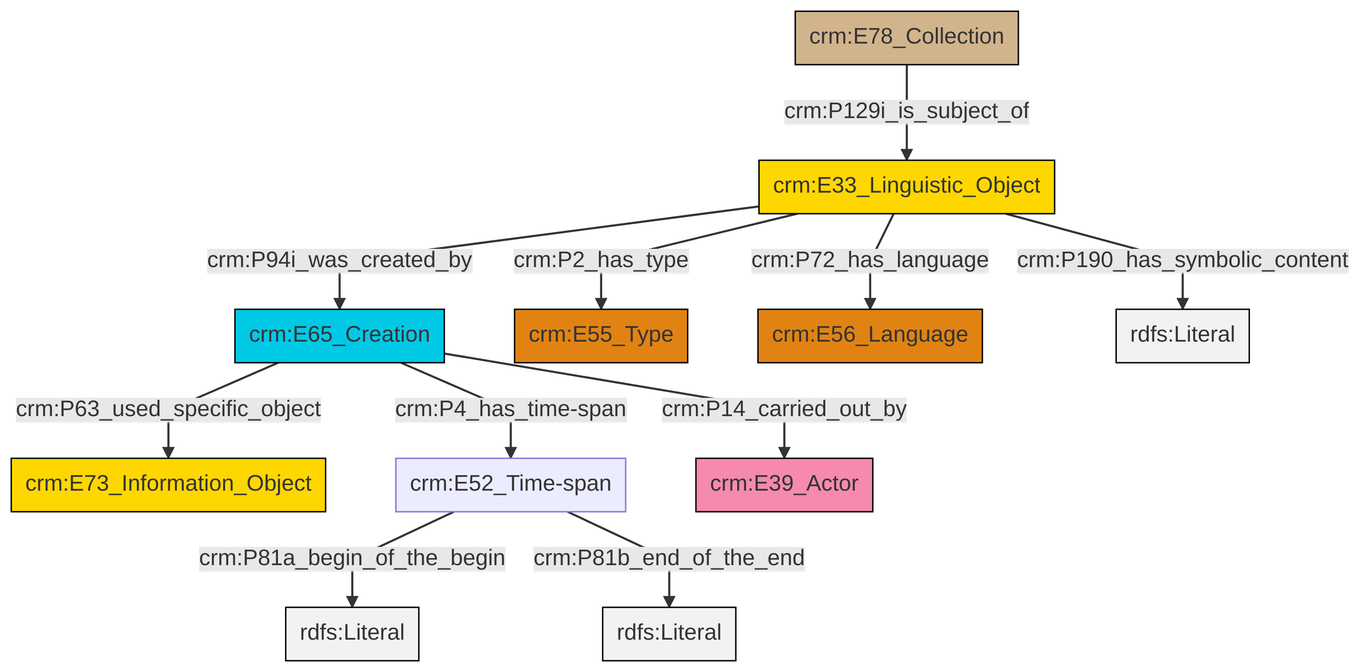
swiss-art-research-net/docs.swissartresearch keeps this Mermaid diagram as et/archivalCSV/ttl/mmd/png/archival_desc.png. Above is the earlier version. Its source is kept beside it as et/archivalCSV/ttl/mmd/archival_desc.ttl.mmd.
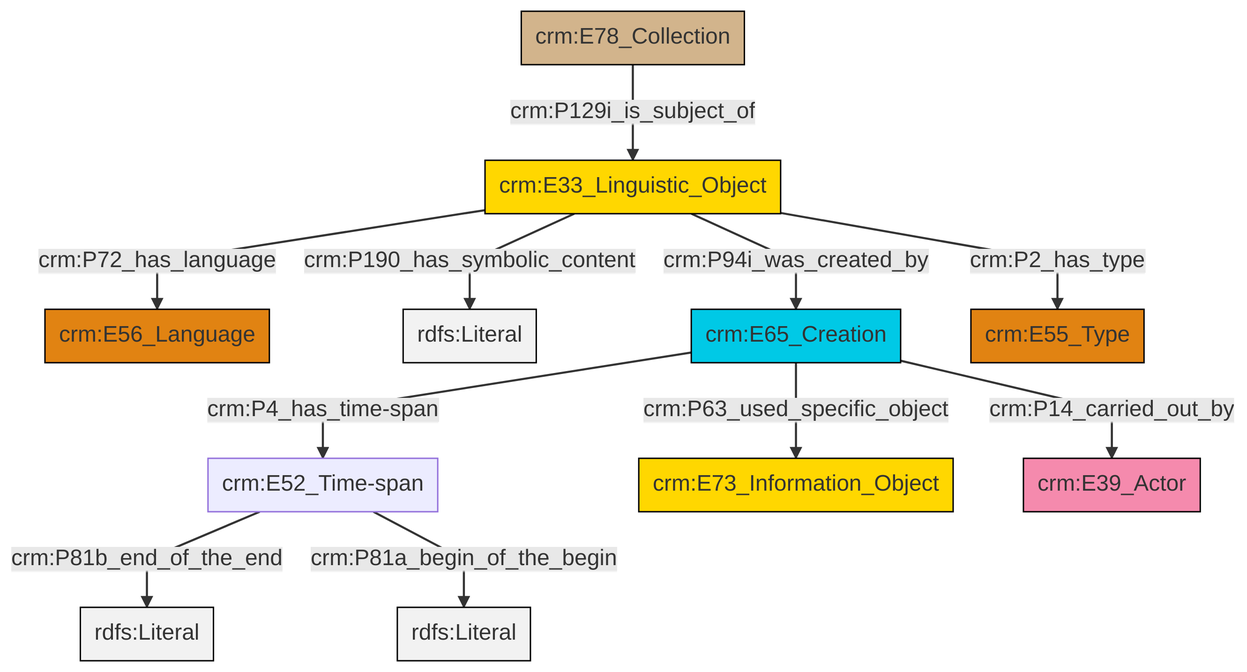
Above is the later version.

The edit, as a diff of the source:
```diff
@@ -13,13 +13,13 @@
 classDef PC_Classes fill:#4ce600, stroke:#000000;
 classDef Multi fill:#cccccc,stroke:#000000;
 
-0["crm:E78_Collection"]:::Physical_Thing -->|crm:P129i_is_subject_of| 1["crm:E33_Linguistic_Object"]:::Conceptual_Object
-5["crm:E65_Creation"]:::Temporal_Entity -->|crm:P63_used_specific_object| 3["crm:E73_Information_Object"]:::Conceptual_Object
-6["crm:E52_Time-span"]:::Default -->|crm:P81a_begin_of_the_begin| 7[rdfs:Literal]:::Literal
-1["crm:E33_Linguistic_Object"]:::Conceptual_Object -->|crm:P2_has_type| 8["crm:E55_Type"]:::Type
-1["crm:E33_Linguistic_Object"]:::Conceptual_Object -->|crm:P72_has_language| 9["crm:E56_Language"]:::Type
-1["crm:E33_Linguistic_Object"]:::Conceptual_Object -->|crm:P190_has_symbolic_content| 10[rdfs:Literal]:::Literal
-1["crm:E33_Linguistic_Object"]:::Conceptual_Object -->|crm:P94i_was_created_by| 5["crm:E65_Creation"]:::Temporal_Entity
-6["crm:E52_Time-span"]:::Default -->|crm:P81b_end_of_the_end| 11[rdfs:Literal]:::Literal
+2["crm:E33_Linguistic_Object"]:::Conceptual_Object -->|crm:P190_has_symbolic_content| 3[rdfs:Literal]:::Literal
 5["crm:E65_Creation"]:::Temporal_Entity -->|crm:P4_has_time-span| 6["crm:E52_Time-span"]:::Default
-5["crm:E65_Creation"]:::Temporal_Entity -->|crm:P14_carried_out_by| 14["crm:E39_Actor"]:::Actor
+7["crm:E78_Collection"]:::Physical_Thing -->|crm:P129i_is_subject_of| 2["crm:E33_Linguistic_Object"]:::Conceptual_Object
+2["crm:E33_Linguistic_Object"]:::Conceptual_Object -->|crm:P94i_was_created_by| 5["crm:E65_Creation"]:::Temporal_Entity
+6["crm:E52_Time-span"]:::Default -->|crm:P81b_end_of_the_end| 8[rdfs:Literal]:::Literal
+6["crm:E52_Time-span"]:::Default -->|crm:P81a_begin_of_the_begin| 9[rdfs:Literal]:::Literal
+2["crm:E33_Linguistic_Object"]:::Conceptual_Object -->|crm:P72_has_language| 0["crm:E56_Language"]:::Type
+5["crm:E65_Creation"]:::Temporal_Entity -->|crm:P14_carried_out_by| 13["crm:E39_Actor"]:::Actor
+5["crm:E65_Creation"]:::Temporal_Entity -->|crm:P63_used_specific_object| 10["crm:E73_Information_Object"]:::Conceptual_Object
+2["crm:E33_Linguistic_Object"]:::Conceptual_Object -->|crm:P2_has_type| 16["crm:E55_Type"]:::Type
```
